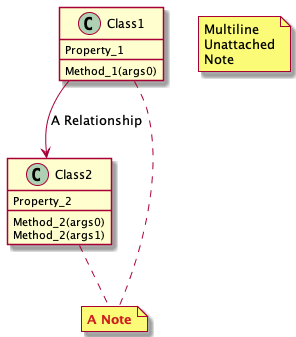
Earlier version of the PlantUML export .gitbook/assets/Notes07_attached_notes.png (unifiedcompliance/compliance-as-code-book).
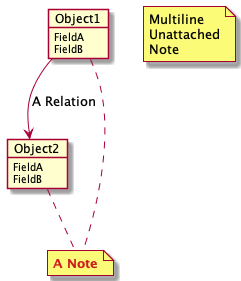
After the change.

Diff of the diagram source:
```diff
@@ -1,27 +1,26 @@
 @startuml
 
-class Class1 {
-  Method_1(args0)
-  Property_1
+object Object1 {
+  FieldA
+  FieldB
 }
 
-class Class2 {
-  Method_2(args0)
-  Method_2(args1)
-  Property_2
+object Object2 {
+  FieldA
+  FieldB
 }
 
-Class1 --> Class2 : A Relationship
+Object1 --> Object2 : A Relation
 
 note "<color #CD1E1E><b>A Note</b></color>" as noteAlias_1
 
-note as noteAlias_2
-Multiline
-Unattached
-Note
+  note as noteAlias_2
+  Multiline
+  Unattached
+  Note
 end note
 
-Class1 .. noteAlias_1
-Class2 .. noteAlias_1
+Object1 .. noteAlias_1
+Object2 .. noteAlias_1
 
 @enduml
```
